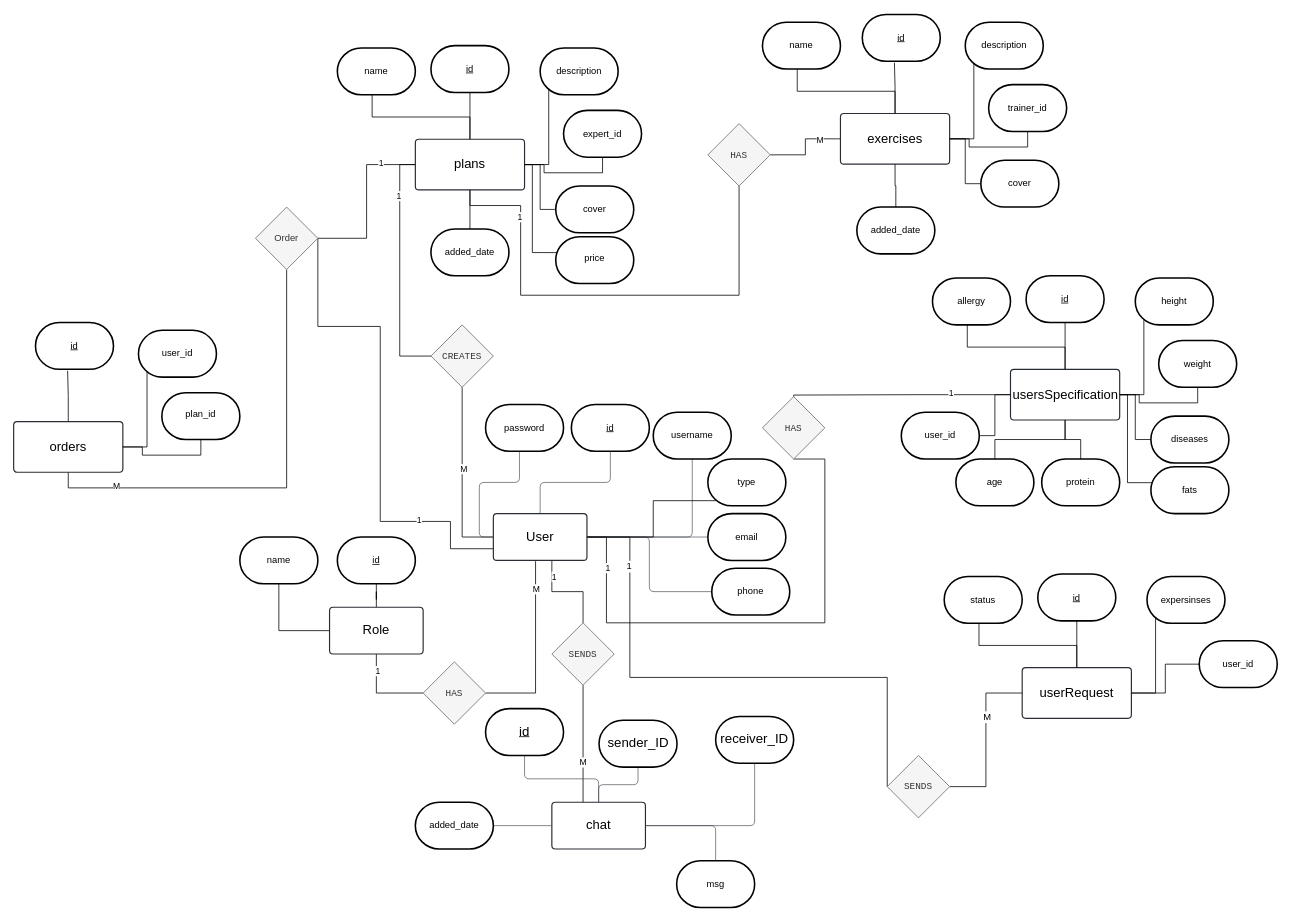
Above: newFile.drawio in Ammar-Alesrawi/draw.io-design (draw.io), before the change. Source tidied: cells renumbered, new cells numbered last; positions are measured from the earlier drawing's top-left corner, leaving out a move shared by most shapes. Both pictures are drawn from the tidied source at 78%, with x=0, y=0 at pixel (13, 14).
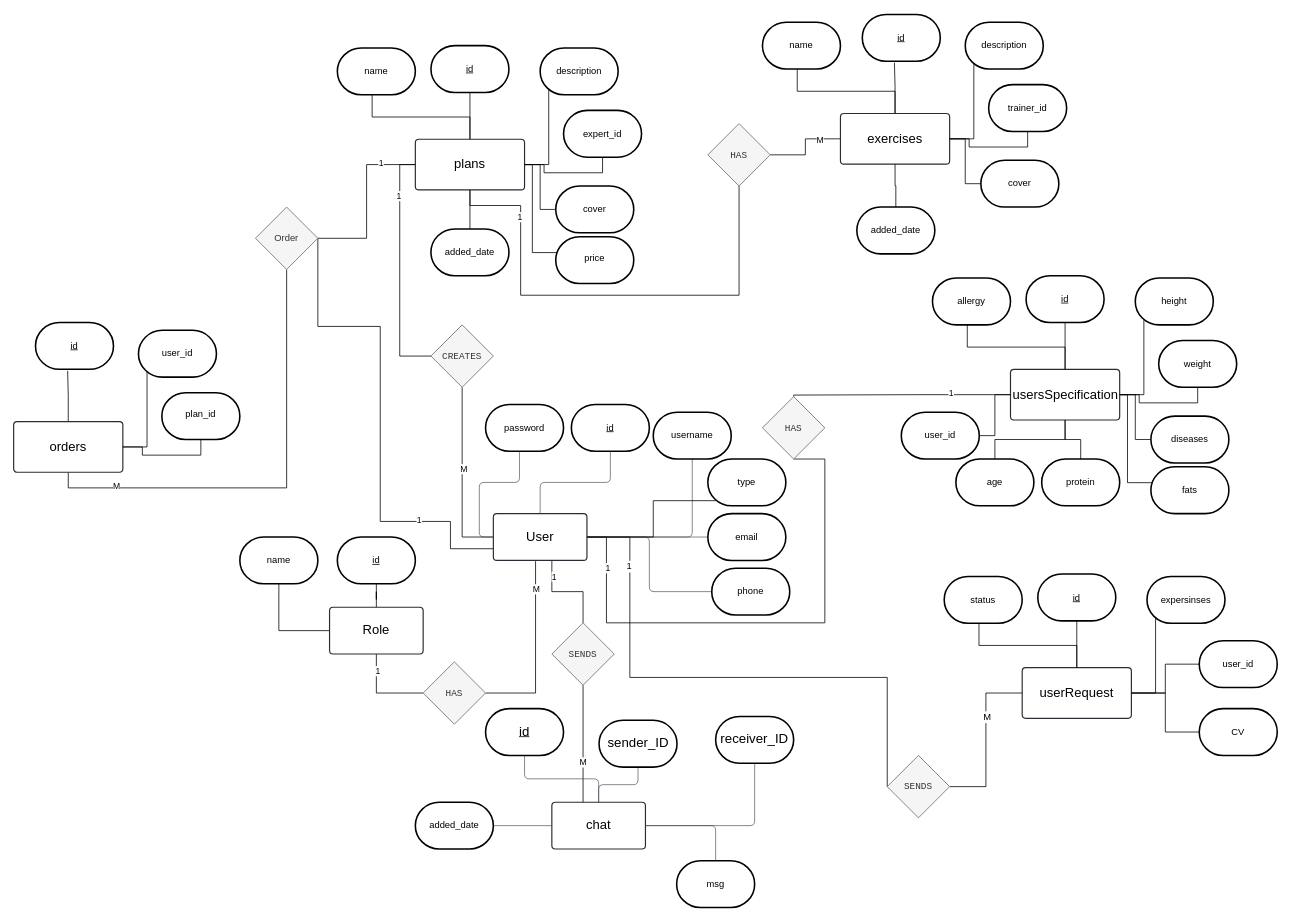
Above is the later version.

The change refers to these unchanged cells:
```xml
<mxCell id="122" value="userRequest" style="html=1;overflow=block;blockSpacing=1;whiteSpace=wrap;fontSize=16.7;spacing=3.8;strokeColor=#282c33;strokeOpacity=100;fillOpacity=0;rounded=1;absoluteArcSize=1;arcSize=9;fillColor=#000000;strokeWidth=1.5;lucidId=ub4.8B3P5FTU;" parent="1" vertex="1">
  <mxGeometry x="1293" y="837.5" width="140" height="65" as="geometry" />
</mxCell>
```

The edit, as a diff of the source:
```diff
@@
+    <mxCell id="131" value="CV" style="strokeWidth=2;html=1;shape=mxgraph.flowchart.terminator;whiteSpace=wrap;" parent="1" vertex="1">
+      <mxGeometry x="1520" y="890" width="100" height="60" as="geometry" />
+    </mxCell>
+    <mxCell id="132" style="edgeStyle=orthogonalEdgeStyle;rounded=0;jettySize=auto;html=1;entryX=0;entryY=0.5;entryDx=0;entryDy=0;entryPerimeter=0;fontSize=12;startSize=8;endSize=8;endArrow=none;startFill=0;" parent="1" edge="1" source="122" target="131">
+      <mxGeometry relative="1" as="geometry" />
+    </mxCell>
```
